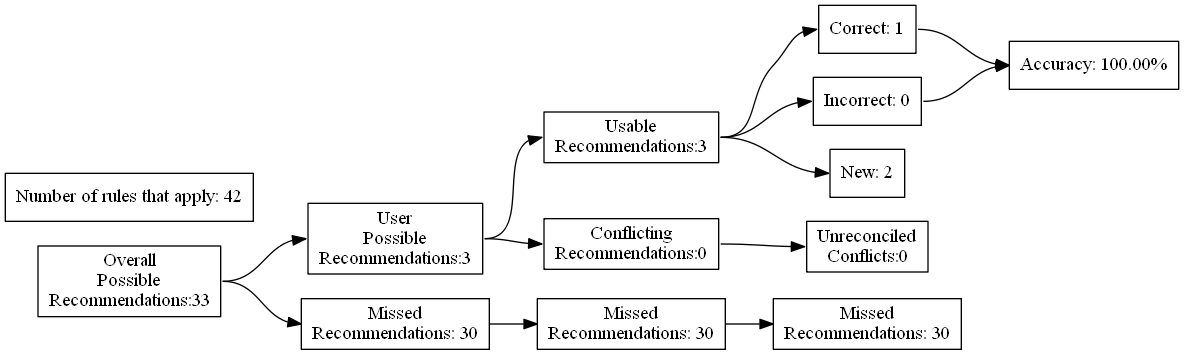
Above: test_renders/114.gv.png in ZaxR/ibd_diet_analysis (Graphviz), before the change. Its source is kept beside it as test_renders/114.gv.
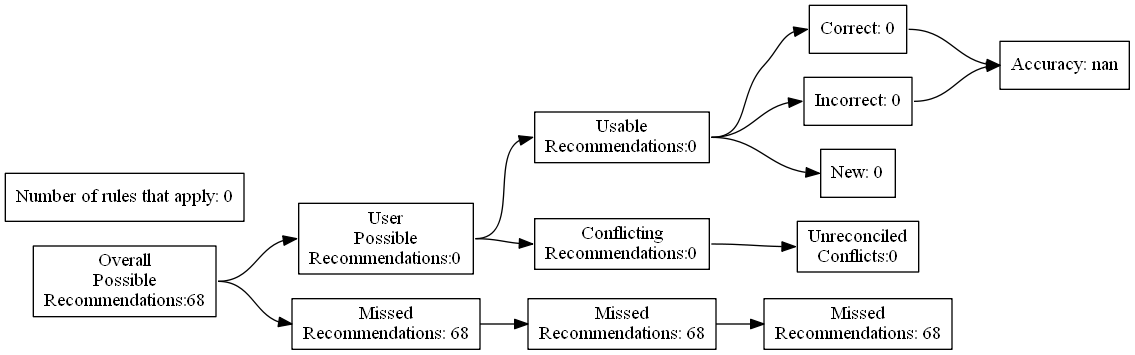
After the change.

The edit, as a diff of the source:
```diff
@@ -4,27 +4,27 @@
 	edge [headport=w tailport=e]
 		A [label="Overall
 Possible
-Recommendations:33"]
+Recommendations:68"]
 		B [label="User
 Possible
-Recommendations:3"]
+Recommendations:0"]
 		C [label="Missed
-Recommendations: 30"]
+Recommendations: 68"]
 		D [label="Usable
-Recommendations:3"]
+Recommendations:0"]
 		E [label="Conflicting
 Recommendations:0"]
 		J [label="Missed
-Recommendations: 30"]
+Recommendations: 68"]
 		M [label="Unreconciled
 Conflicts:0"]
-		F [label="Correct: 1"]
+		F [label="Correct: 0"]
 		G [label="Incorrect: 0"]
-		H [label="New: 2"]
+		H [label="New: 0"]
 		K [label="Missed
-Recommendations: 30"]
-		I [label="Accuracy: 100.00%"]
-		l [label="Number of rules that apply: 42"]
+Recommendations: 68"]
+		I [label="Accuracy: nan"]
+		l [label="Number of rules that apply: 0"]
 			A -> B
 			A -> C
 			B -> D
```
